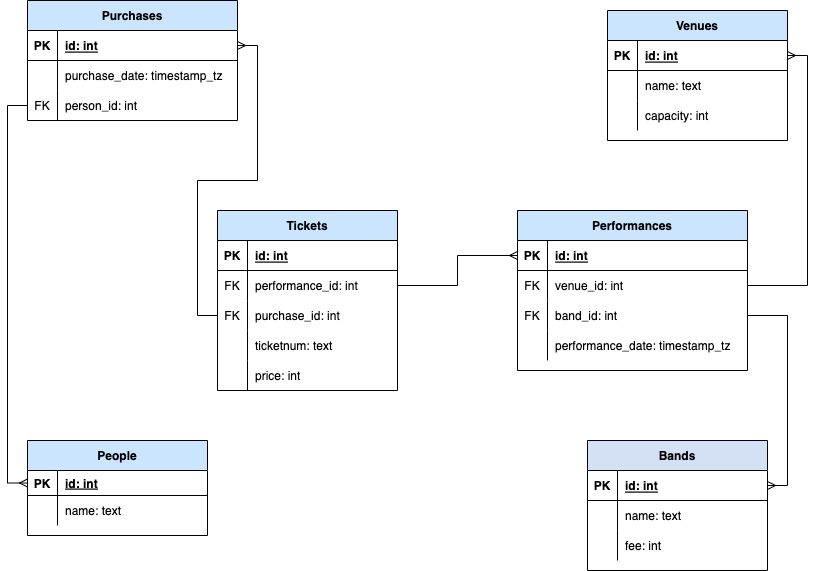
Earlier version of the draw.io export docs/presentations/sql/joins2/images/FestivalERD.drawio.png (chipzx92/DataEngineeringI320). Source tidied: cells renumbered, new cells last; positions are measured from the earlier drawing's top-left corner, leaving out a move shared by most shapes.
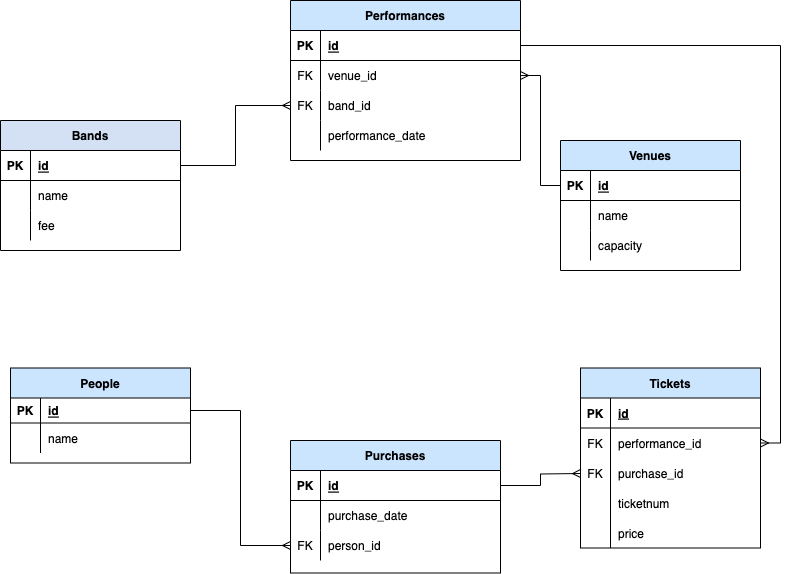
After the change.

Commit message:
Updated/Corrected version of Music Festival ERD

The edit, as a diff of the source:
```diff
@@ -3,7 +3,7 @@
     <mxCell id="0" />
     <mxCell id="1" parent="0" />
     <mxCell id="2" value="Bands" style="shape=table;startSize=30;rowLines=0;fontStyle=1;align=center;fillColor=#D4E1F5;" parent="1" vertex="1">
-      <mxGeometry x="560" y="440" width="180" height="130" as="geometry" />
+      <mxGeometry x="-10" y="120" width="180" height="130" as="geometry" />
     </mxCell>
     <mxCell id="3" style="shape=tableRow;horizontal=0;startSize=0;swimlaneHead=0;swimlaneBody=0;fillColor=none;points=[[0,0.5],[1,0.5]];portConstraint=eastwest;top=0;left=0;right=0;bottom=1;" parent="2" vertex="1">
       <mxGeometry y="30" width="180" height="30" as="geometry" />
@@ -11,7 +11,7 @@
     <mxCell id="4" value="PK" style="shape=partialRectangle;fillColor=none;top=0;left=0;bottom=0;right=0;fontStyle=1;overflow=hidden;" parent="3" vertex="1">
       <mxGeometry width="30" height="30" as="geometry" />
     </mxCell>
-    <mxCell id="5" value="id: int" style="shape=partialRectangle;fillColor=none;top=0;left=0;bottom=0;right=0;align=left;spacingLeft=6;fontStyle=5;overflow=hidden;" parent="3" vertex="1">
+    <mxCell id="5" value="id" style="shape=partialRectangle;fillColor=none;top=0;left=0;bottom=0;right=0;align=left;spacingLeft=6;fontStyle=5;overflow=hidden;" parent="3" vertex="1">
       <mxGeometry x="30" width="150" height="30" as="geometry" />
     </mxCell>
     <mxCell id="6" style="shape=tableRow;horizontal=0;startSize=0;swimlaneHead=0;swimlaneBody=0;fillColor=none;top=0;left=0;right=0;bottom=0;" parent="2" vertex="1">
@@ -20,7 +20,7 @@
     <mxCell id="7" style="shape=partialRectangle;fillColor=none;top=0;left=0;bottom=0;right=0;overflow=hidden;" parent="6" vertex="1">
       <mxGeometry width="30" height="30" as="geometry" />
     </mxCell>
-    <mxCell id="8" value="name: text" style="shape=partialRectangle;fillColor=none;top=0;left=0;bottom=0;right=0;align=left;spacingLeft=6;overflow=hidden;" parent="6" vertex="1">
+    <mxCell id="8" value="name" style="shape=partialRectangle;fillColor=none;top=0;left=0;bottom=0;right=0;align=left;spacingLeft=6;overflow=hidden;" parent="6" vertex="1">
       <mxGeometry x="30" width="150" height="30" as="geometry" />
     </mxCell>
     <mxCell id="9" style="shape=tableRow;horizontal=0;startSize=0;swimlaneHead=0;swimlaneBody=0;fillColor=none;top=0;left=0;right=0;bottom=0;" parent="2" vertex="1">
@@ -29,11 +29,11 @@
     <mxCell id="10" style="shape=partialRectangle;fillColor=none;top=0;left=0;bottom=0;right=0;overflow=hidden;" parent="9" vertex="1">
       <mxGeometry width="30" height="30" as="geometry" />
     </mxCell>
-    <mxCell id="11" value="fee: int" style="shape=partialRectangle;fillColor=none;top=0;left=0;bottom=0;right=0;align=left;spacingLeft=6;overflow=hidden;" parent="9" vertex="1">
+    <mxCell id="11" value="fee" style="shape=partialRectangle;fillColor=none;top=0;left=0;bottom=0;right=0;align=left;spacingLeft=6;overflow=hidden;" parent="9" vertex="1">
       <mxGeometry x="30" width="150" height="30" as="geometry" />
     </mxCell>
     <mxCell id="12" value="Venues" style="shape=table;startSize=30;rowLines=0;fontStyle=1;align=center;fillColor=#CCE5FF;" parent="1" vertex="1">
-      <mxGeometry x="580" y="10" width="180" height="130" as="geometry" />
+      <mxGeometry x="550" y="140" width="180" height="130" as="geometry" />
     </mxCell>
     <mxCell id="13" style="shape=tableRow;horizontal=0;startSize=0;swimlaneHead=0;swimlaneBody=0;fillColor=none;points=[[0,0.5],[1,0.5]];portConstraint=eastwest;top=0;left=0;right=0;bottom=1;" parent="12" vertex="1">
       <mxGeometry y="30" width="180" height="30" as="geometry" />
@@ -41,7 +41,7 @@
     <mxCell id="14" value="PK" style="shape=partialRectangle;fillColor=none;top=0;left=0;bottom=0;right=0;fontStyle=1;overflow=hidden;" parent="13" vertex="1">
       <mxGeometry width="30" height="30" as="geometry" />
     </mxCell>
-    <mxCell id="15" value="id: int" style="shape=partialRectangle;fillColor=none;top=0;left=0;bottom=0;right=0;align=left;spacingLeft=6;fontStyle=5;overflow=hidden;" parent="13" vertex="1">
+    <mxCell id="15" value="id" style="shape=partialRectangle;fillColor=none;top=0;left=0;bottom=0;right=0;align=left;spacingLeft=6;fontStyle=5;overflow=hidden;" parent="13" vertex="1">
       <mxGeometry x="30" width="150" height="30" as="geometry" />
     </mxCell>
     <mxCell id="16" style="shape=tableRow;horizontal=0;startSize=0;swimlaneHead=0;swimlaneBody=0;fillColor=none;top=0;left=0;right=0;bottom=0;" parent="12" vertex="1">
@@ -50,7 +50,7 @@
     <mxCell id="17" style="shape=partialRectangle;fillColor=none;top=0;left=0;bottom=0;right=0;overflow=hidden;" parent="16" vertex="1">
       <mxGeometry width="30" height="30" as="geometry" />
     </mxCell>
-    <mxCell id="18" value="name: text" style="shape=partialRectangle;fillColor=none;top=0;left=0;bottom=0;right=0;align=left;spacingLeft=6;overflow=hidden;" parent="16" vertex="1">
+    <mxCell id="18" value="name" style="shape=partialRectangle;fillColor=none;top=0;left=0;bottom=0;right=0;align=left;spacingLeft=6;overflow=hidden;" parent="16" vertex="1">
       <mxGeometry x="30" width="150" height="30" as="geometry" />
     </mxCell>
     <mxCell id="19" style="shape=tableRow;horizontal=0;startSize=0;swimlaneHead=0;swimlaneBody=0;fillColor=none;top=0;left=0;right=0;bottom=0;" parent="12" vertex="1">
@@ -59,11 +59,11 @@
     <mxCell id="20" style="shape=partialRectangle;fillColor=none;top=0;left=0;bottom=0;right=0;overflow=hidden;" parent="19" vertex="1">
       <mxGeometry width="30" height="30" as="geometry" />
     </mxCell>
-    <mxCell id="21" value="capacity: int" style="shape=partialRectangle;fillColor=none;top=0;left=0;bottom=0;right=0;align=left;spacingLeft=6;overflow=hidden;" parent="19" vertex="1">
+    <mxCell id="21" value="capacity" style="shape=partialRectangle;fillColor=none;top=0;left=0;bottom=0;right=0;align=left;spacingLeft=6;overflow=hidden;" parent="19" vertex="1">
       <mxGeometry x="30" width="150" height="30" as="geometry" />
     </mxCell>
     <mxCell id="22" value="Performances" style="shape=table;startSize=30;rowLines=0;fontStyle=1;align=center;fillColor=#CCE5FF;" parent="1" vertex="1">
-      <mxGeometry x="490" y="210" width="230" height="160" as="geometry" />
+      <mxGeometry x="280" width="230" height="160" as="geometry" />
     </mxCell>
     <mxCell id="23" style="shape=tableRow;horizontal=0;startSize=0;swimlaneHead=0;swimlaneBody=0;fillColor=none;points=[[0,0.5],[1,0.5]];portConstraint=eastwest;top=0;left=0;right=0;bottom=1;" parent="22" vertex="1">
       <mxGeometry y="30" width="230" height="30" as="geometry" />
@@ -71,7 +71,7 @@
     <mxCell id="24" value="PK" style="shape=partialRectangle;fillColor=none;top=0;left=0;bottom=0;right=0;fontStyle=1;overflow=hidden;" parent="23" vertex="1">
       <mxGeometry width="30" height="30" as="geometry" />
     </mxCell>
-    <mxCell id="25" value="id: int" style="shape=partialRectangle;fillColor=none;top=0;left=0;bottom=0;right=0;align=left;spacingLeft=6;fontStyle=5;overflow=hidden;" parent="23" vertex="1">
+    <mxCell id="25" value="id" style="shape=partialRectangle;fillColor=none;top=0;left=0;bottom=0;right=0;align=left;spacingLeft=6;fontStyle=5;overflow=hidden;" parent="23" vertex="1">
       <mxGeometry x="30" width="200" height="30" as="geometry" />
     </mxCell>
     <mxCell id="26" style="shape=tableRow;horizontal=0;startSize=0;swimlaneHead=0;swimlaneBody=0;fillColor=none;points=[[0,0.5],[1,0.5]];portConstraint=eastwest;top=0;left=0;right=0;bottom=0;" parent="22" vertex="1">
@@ -80,7 +80,7 @@
     <mxCell id="27" value="FK" style="shape=partialRectangle;fillColor=none;top=0;left=0;bottom=0;right=0;overflow=hidden;" parent="26" vertex="1">
       <mxGeometry width="30" height="30" as="geometry" />
     </mxCell>
-    <mxCell id="28" value="venue_id: int" style="shape=partialRectangle;fillColor=none;top=0;left=0;bottom=0;right=0;align=left;spacingLeft=6;overflow=hidden;" parent="26" vertex="1">
+    <mxCell id="28" value="venue_id" style="shape=partialRectangle;fillColor=none;top=0;left=0;bottom=0;right=0;align=left;spacingLeft=6;overflow=hidden;" parent="26" vertex="1">
       <mxGeometry x="30" width="200" height="30" as="geometry" />
     </mxCell>
     <mxCell id="29" style="shape=tableRow;horizontal=0;startSize=0;swimlaneHead=0;swimlaneBody=0;fillColor=none;points=[[0,0.5],[1,0.5]];portConstraint=eastwest;top=0;left=0;right=0;bottom=0;" parent="22" vertex="1">
@@ -89,7 +89,7 @@
     <mxCell id="30" value="FK" style="shape=partialRectangle;fillColor=none;top=0;left=0;bottom=0;right=0;overflow=hidden;" parent="29" vertex="1">
       <mxGeometry width="30" height="30" as="geometry" />
     </mxCell>
-    <mxCell id="31" value="band_id: int" style="shape=partialRectangle;fillColor=none;top=0;left=0;bottom=0;right=0;align=left;spacingLeft=6;overflow=hidden;" parent="29" vertex="1">
+    <mxCell id="31" value="band_id" style="shape=partialRectangle;fillColor=none;top=0;left=0;bottom=0;right=0;align=left;spacingLeft=6;overflow=hidden;" parent="29" vertex="1">
       <mxGeometry x="30" width="200" height="30" as="geometry" />
     </mxCell>
     <mxCell id="32" style="shape=tableRow;horizontal=0;startSize=0;swimlaneHead=0;swimlaneBody=0;fillColor=none;top=0;left=0;right=0;bottom=0;" parent="22" vertex="1">
@@ -98,11 +98,11 @@
     <mxCell id="33" style="shape=partialRectangle;fillColor=none;top=0;left=0;bottom=0;right=0;overflow=hidden;" parent="32" vertex="1">
       <mxGeometry width="30" height="30" as="geometry" />
     </mxCell>
-    <mxCell id="34" value="performance_date: timestamp_tz" style="shape=partialRectangle;fillColor=none;top=0;left=0;bottom=0;right=0;align=left;spacingLeft=6;overflow=hidden;" parent="32" vertex="1">
+    <mxCell id="34" value="performance_date" style="shape=partialRectangle;fillColor=none;top=0;left=0;bottom=0;right=0;align=left;spacingLeft=6;overflow=hidden;" parent="32" vertex="1">
       <mxGeometry x="30" width="200" height="30" as="geometry" />
     </mxCell>
     <mxCell id="35" value="Tickets" style="shape=table;startSize=30;rowLines=0;fontStyle=1;align=center;fillColor=#CCE5FF;" parent="1" vertex="1">
-      <mxGeometry x="190" y="210" width="180" height="180" as="geometry" />
+      <mxGeometry x="570" y="367.5" width="180" height="180" as="geometry" />
     </mxCell>
     <mxCell id="36" style="shape=tableRow;horizontal=0;startSize=0;swimlaneHead=0;swimlaneBody=0;fillColor=none;top=0;left=0;right=0;bottom=1;" parent="35" vertex="1">
       <mxGeometry y="30" width="180" height="30" as="geometry" />
@@ -110,7 +110,7 @@
     <mxCell id="37" value="PK" style="shape=partialRectangle;fillColor=none;top=0;left=0;bottom=0;right=0;fontStyle=1;overflow=hidden;" parent="36" vertex="1">
       <mxGeometry width="30" height="30" as="geometry" />
     </mxCell>
-    <mxCell id="38" value="id: int" style="shape=partialRectangle;fillColor=none;top=0;left=0;bottom=0;right=0;align=left;spacingLeft=6;fontStyle=5;overflow=hidden;" parent="36" vertex="1">
+    <mxCell id="38" value="id" style="shape=partialRectangle;fillColor=none;top=0;left=0;bottom=0;right=0;align=left;spacingLeft=6;fontStyle=5;overflow=hidden;" parent="36" vertex="1">
       <mxGeometry x="30" width="150" height="30" as="geometry" />
     </mxCell>
     <mxCell id="39" style="shape=tableRow;horizontal=0;startSize=0;swimlaneHead=0;swimlaneBody=0;fillColor=none;points=[[0,0.5],[1,0.5]];portConstraint=eastwest;top=0;left=0;right=0;bottom=0;" parent="35" vertex="1">
@@ -119,7 +119,7 @@
     <mxCell id="40" value="FK" style="shape=partialRectangle;fillColor=none;top=0;left=0;bottom=0;right=0;overflow=hidden;" parent="39" vertex="1">
       <mxGeometry width="30" height="30" as="geometry" />
     </mxCell>
-    <mxCell id="41" value="performance_id: int" style="shape=partialRectangle;fillColor=none;top=0;left=0;bottom=0;right=0;align=left;spacingLeft=6;overflow=hidden;" parent="39" vertex="1">
+    <mxCell id="41" value="performance_id" style="shape=partialRectangle;fillColor=none;top=0;left=0;bottom=0;right=0;align=left;spacingLeft=6;overflow=hidden;" parent="39" vertex="1">
       <mxGeometry x="30" width="150" height="30" as="geometry" />
     </mxCell>
     <mxCell id="42" style="shape=tableRow;horizontal=0;startSize=0;swimlaneHead=0;swimlaneBody=0;fillColor=none;points=[[0,0.5],[1,0.5]];portConstraint=eastwest;top=0;left=0;right=0;bottom=0;" parent="35" vertex="1">
@@ -128,7 +128,7 @@
     <mxCell id="43" value="FK" style="shape=partialRectangle;fillColor=none;top=0;left=0;bottom=0;right=0;overflow=hidden;" parent="42" vertex="1">
       <mxGeometry width="30" height="30" as="geometry" />
     </mxCell>
-    <mxCell id="44" value="purchase_id: int" style="shape=partialRectangle;fillColor=none;top=0;left=0;bottom=0;right=0;align=left;spacingLeft=6;overflow=hidden;" parent="42" vertex="1">
+    <mxCell id="44" value="purchase_id" style="shape=partialRectangle;fillColor=none;top=0;left=0;bottom=0;right=0;align=left;spacingLeft=6;overflow=hidden;" parent="42" vertex="1">
       <mxGeometry x="30" width="150" height="30" as="geometry" />
     </mxCell>
     <mxCell id="45" style="shape=tableRow;horizontal=0;startSize=0;swimlaneHead=0;swimlaneBody=0;fillColor=none;top=0;left=0;right=0;bottom=0;" parent="35" vertex="1">
@@ -137,7 +137,7 @@
     <mxCell id="46" style="shape=partialRectangle;fillColor=none;top=0;left=0;bottom=0;right=0;overflow=hidden;" parent="45" vertex="1">
       <mxGeometry width="30" height="30" as="geometry" />
     </mxCell>
-    <mxCell id="47" value="ticketnum: text" style="shape=partialRectangle;fillColor=none;top=0;left=0;bottom=0;right=0;align=left;spacingLeft=6;overflow=hidden;" parent="45" vertex="1">
+    <mxCell id="47" value="ticketnum" style="shape=partialRectangle;fillColor=none;top=0;left=0;bottom=0;right=0;align=left;spacingLeft=6;overflow=hidden;" parent="45" vertex="1">
       <mxGeometry x="30" width="150" height="30" as="geometry" />
     </mxCell>
     <mxCell id="48" style="shape=tableRow;horizontal=0;startSize=0;swimlaneHead=0;swimlaneBody=0;fillColor=none;top=0;left=0;right=0;bottom=0;" parent="35" vertex="1">
@@ -146,11 +146,16 @@
     <mxCell id="49" style="shape=partialRectangle;fillColor=none;top=0;left=0;bottom=0;right=0;overflow=hidden;" parent="48" vertex="1">
       <mxGeometry width="30" height="30" as="geometry" />
     </mxCell>
-    <mxCell id="50" value="price: int" style="shape=partialRectangle;fillColor=none;top=0;left=0;bottom=0;right=0;align=left;spacingLeft=6;overflow=hidden;" parent="48" vertex="1">
+    <mxCell id="50" value="price" style="shape=partialRectangle;fillColor=none;top=0;left=0;bottom=0;right=0;align=left;spacingLeft=6;overflow=hidden;" parent="48" vertex="1">
       <mxGeometry x="30" width="150" height="30" as="geometry" />
     </mxCell>
+    <mxCell id="73" style="edgeStyle=orthogonalEdgeStyle;rounded=0;jettySize=auto;html=1;endArrow=ERmany;endFill=0;exitX=1;exitY=0.5;exitDx=0;exitDy=0;" parent="1" edge="1" source="52">
+      <mxGeometry relative="1" as="geometry">
+        <mxPoint x="570" y="473" as="targetPoint" />
+      </mxGeometry>
+    </mxCell>
     <mxCell id="51" value="Purchases" style="shape=table;startSize=30;rowLines=0;fontStyle=1;align=center;fillColor=#CCE5FF;" parent="1" vertex="1">
-      <mxGeometry width="210" height="120" as="geometry" />
+      <mxGeometry x="280" y="440" width="210" height="132.5" as="geometry" />
     </mxCell>
     <mxCell id="52" style="shape=tableRow;horizontal=0;startSize=0;swimlaneHead=0;swimlaneBody=0;fillColor=none;points=[[0,0.5],[1,0.5]];portConstraint=eastwest;top=0;left=0;right=0;bottom=1;" parent="51" vertex="1">
       <mxGeometry y="30" width="210" height="30" as="geometry" />
@@ -158,7 +163,7 @@
     <mxCell id="53" value="PK" style="shape=partialRectangle;fillColor=none;top=0;left=0;bottom=0;right=0;fontStyle=1;overflow=hidden;" parent="52" vertex="1">
       <mxGeometry width="30" height="30" as="geometry" />
     </mxCell>
-    <mxCell id="54" value="id: int" style="shape=partialRectangle;fillColor=none;top=0;left=0;bottom=0;right=0;align=left;spacingLeft=6;fontStyle=5;overflow=hidden;" parent="52" vertex="1">
+    <mxCell id="54" value="id" style="shape=partialRectangle;fillColor=none;top=0;left=0;bottom=0;right=0;align=left;spacingLeft=6;fontStyle=5;overflow=hidden;" parent="52" vertex="1">
       <mxGeometry x="30" width="180" height="30" as="geometry" />
     </mxCell>
     <mxCell id="55" style="shape=tableRow;horizontal=0;startSize=0;swimlaneHead=0;swimlaneBody=0;fillColor=none;top=0;left=0;right=0;bottom=0;" parent="51" vertex="1">
@@ -167,7 +172,7 @@
     <mxCell id="56" style="shape=partialRectangle;fillColor=none;top=0;left=0;bottom=0;right=0;overflow=hidden;" parent="55" vertex="1">
       <mxGeometry width="30" height="30" as="geometry" />
     </mxCell>
-    <mxCell id="57" value="purchase_date: timestamp_tz" style="shape=partialRectangle;fillColor=none;top=0;left=0;bottom=0;right=0;align=left;spacingLeft=6;overflow=hidden;" parent="55" vertex="1">
+    <mxCell id="57" value="purchase_date" style="shape=partialRectangle;fillColor=none;top=0;left=0;bottom=0;right=0;align=left;spacingLeft=6;overflow=hidden;" parent="55" vertex="1">
       <mxGeometry x="30" width="180" height="30" as="geometry" />
     </mxCell>
     <mxCell id="58" style="shape=tableRow;horizontal=0;startSize=0;swimlaneHead=0;swimlaneBody=0;fillColor=none;points=[[0,0.5],[1,0.5]];portConstraint=eastwest;top=0;left=0;right=0;bottom=0;" parent="51" vertex="1">
@@ -176,11 +181,11 @@
     <mxCell id="59" value="FK" style="shape=partialRectangle;fillColor=none;top=0;left=0;bottom=0;right=0;overflow=hidden;" parent="58" vertex="1">
       <mxGeometry width="30" height="30" as="geometry" />
     </mxCell>
-    <mxCell id="60" value="person_id: int" style="shape=partialRectangle;fillColor=none;top=0;left=0;bottom=0;right=0;align=left;spacingLeft=6;overflow=hidden;" parent="58" vertex="1">
+    <mxCell id="60" value="person_id" style="shape=partialRectangle;fillColor=none;top=0;left=0;bottom=0;right=0;align=left;spacingLeft=6;overflow=hidden;" parent="58" vertex="1">
       <mxGeometry x="30" width="180" height="30" as="geometry" />
     </mxCell>
     <mxCell id="61" value="People" style="shape=table;startSize=30;rowLines=0;fontStyle=1;align=center;fillColor=#CCE5FF;" parent="1" vertex="1">
-      <mxGeometry y="440" width="180" height="95" as="geometry" />
+      <mxGeometry y="367.5" width="180" height="95" as="geometry" />
     </mxCell>
     <mxCell id="62" style="shape=tableRow;horizontal=0;startSize=0;swimlaneHead=0;swimlaneBody=0;fillColor=none;points=[[0,0.5],[1,0.5]];portConstraint=eastwest;top=0;left=0;right=0;bottom=1;" parent="61" vertex="1">
       <mxGeometry y="30" width="180" height="25" as="geometry" />
@@ -188,7 +193,7 @@
     <mxCell id="63" value="PK" style="shape=partialRectangle;fillColor=none;top=0;left=0;bottom=0;right=0;fontStyle=1;overflow=hidden;" parent="62" vertex="1">
       <mxGeometry width="30" height="25" as="geometry" />
     </mxCell>
-    <mxCell id="64" value="id: int" style="shape=partialRectangle;fillColor=none;top=0;left=0;bottom=0;right=0;align=left;spacingLeft=6;fontStyle=5;overflow=hidden;" parent="62" vertex="1">
+    <mxCell id="64" value="id" style="shape=partialRectangle;fillColor=none;top=0;left=0;bottom=0;right=0;align=left;spacingLeft=6;fontStyle=5;overflow=hidden;" parent="62" vertex="1">
       <mxGeometry x="30" width="150" height="25" as="geometry" />
     </mxCell>
     <mxCell id="65" style="shape=tableRow;horizontal=0;startSize=0;swimlaneHead=0;swimlaneBody=0;fillColor=none;top=0;left=0;right=0;bottom=0;" parent="61" vertex="1">
@@ -197,23 +202,20 @@
     <mxCell id="66" style="shape=partialRectangle;fillColor=none;top=0;left=0;bottom=0;right=0;overflow=hidden;" parent="65" vertex="1">
       <mxGeometry width="30" height="30" as="geometry" />
     </mxCell>
-    <mxCell id="67" value="name: text" style="shape=partialRectangle;fillColor=none;top=0;left=0;bottom=0;right=0;align=left;spacingLeft=6;overflow=hidden;" parent="65" vertex="1">
+    <mxCell id="67" value="name" style="shape=partialRectangle;fillColor=none;top=0;left=0;bottom=0;right=0;align=left;spacingLeft=6;overflow=hidden;" parent="65" vertex="1">
       <mxGeometry x="30" width="150" height="30" as="geometry" />
     </mxCell>
-    <mxCell id="68" style="edgeStyle=orthogonalEdgeStyle;rounded=0;jettySize=auto;html=1;entryX=1;entryY=0.5;entryDx=0;entryDy=0;endArrow=ERmany;endFill=0;" parent="1" edge="1" source="42" target="52">
-      <mxGeometry relative="1" as="geometry" />
-    </mxCell>
-    <mxCell id="69" style="edgeStyle=orthogonalEdgeStyle;rounded=0;jettySize=auto;html=1;entryX=0;entryY=0.5;entryDx=0;entryDy=0;endArrow=ERmany;endFill=0;" parent="1" edge="1" source="58" target="62">
-      <mxGeometry relative="1" as="geometry" />
-    </mxCell>
-    <mxCell id="70" style="edgeStyle=orthogonalEdgeStyle;rounded=0;jettySize=auto;html=1;entryX=0;entryY=0.5;entryDx=0;entryDy=0;endArrow=ERmany;endFill=0;" parent="1" edge="1" source="39" target="23">
-      <mxGeometry relative="1" as="geometry" />
-    </mxCell>
+    <mxCell id="72" style="edgeStyle=orthogonalEdgeStyle;rounded=0;jettySize=auto;html=1;entryX=1;entryY=0.5;entryDx=0;entryDy=0;endArrow=none;endFill=0;startArrow=ERmany;startFill=0;" parent="1" edge="1" source="29" target="3">
+      <mxGeometry relative="1" as="geometry" />
+    </mxCell>
-    <mxCell id="71" style="edgeStyle=orthogonalEdgeStyle;rounded=0;jettySize=auto;html=1;entryX=1;entryY=0.5;entryDx=0;entryDy=0;endArrow=ERmany;endFill=0;" parent="1" edge="1" source="26" target="13">
+    <mxCell id="71" style="edgeStyle=orthogonalEdgeStyle;rounded=0;jettySize=auto;html=1;entryX=0;entryY=0.5;entryDx=0;entryDy=0;endArrow=none;endFill=0;startArrow=ERmany;startFill=0;" parent="1" edge="1" source="26" target="13">
       <mxGeometry relative="1" as="geometry" />
     </mxCell>
-    <mxCell id="72" style="edgeStyle=orthogonalEdgeStyle;rounded=0;jettySize=auto;html=1;entryX=1;entryY=0.5;entryDx=0;entryDy=0;endArrow=ERmany;endFill=0;" parent="1" edge="1" source="29" target="3">
-      <mxGeometry relative="1" as="geometry" />
-    </mxCell>
+    <mxCell id="74" style="edgeStyle=orthogonalEdgeStyle;rounded=0;jettySize=auto;html=1;entryX=1;entryY=0.5;entryDx=0;entryDy=0;endArrow=ERmany;endFill=0;" parent="1" edge="1" source="23" target="39">
+      <mxGeometry relative="1" as="geometry" />
+    </mxCell>
+    <mxCell id="75" style="edgeStyle=orthogonalEdgeStyle;rounded=0;jettySize=auto;html=1;entryX=0;entryY=0.5;entryDx=0;entryDy=0;endArrow=ERmany;endFill=0;" parent="1" edge="1" source="62" target="58">
+      <mxGeometry relative="1" as="geometry" />
+    </mxCell>
   </root>
 </mxGraphModel>
```
